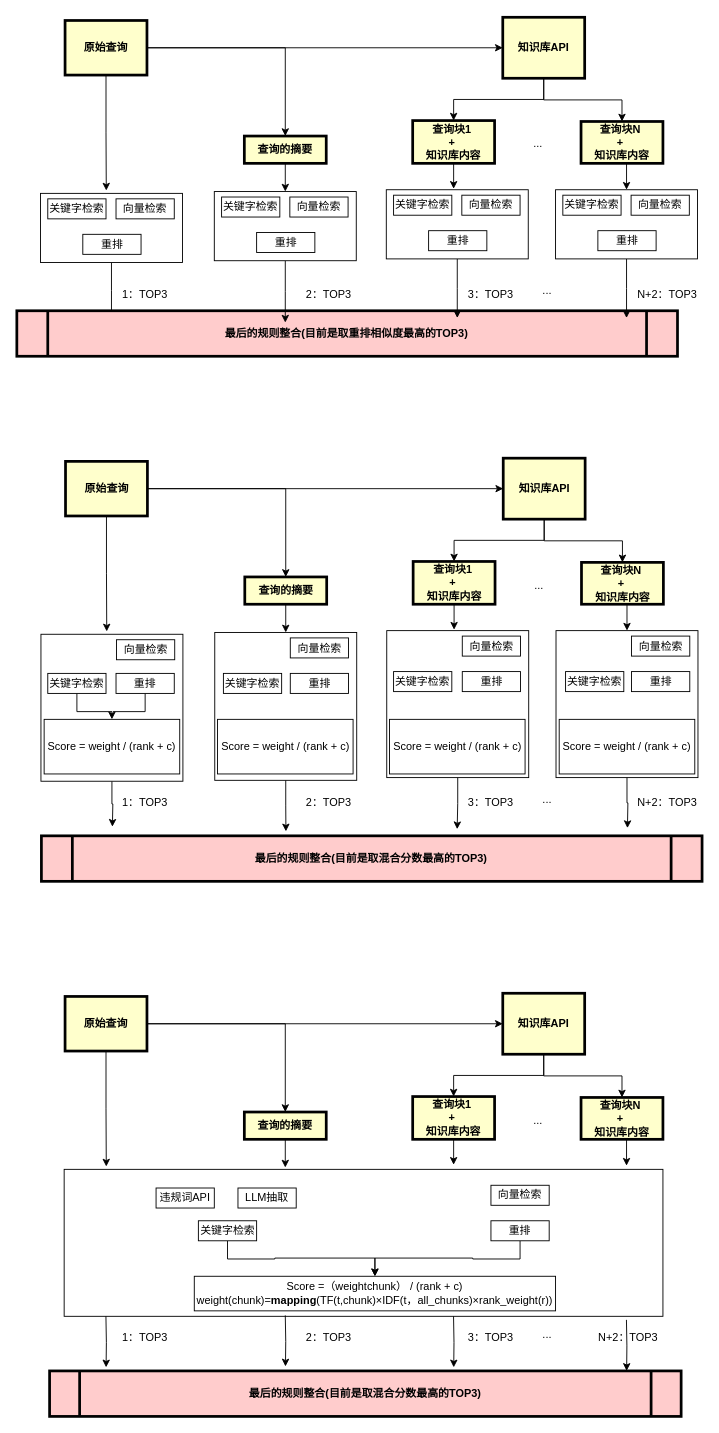
liweizhen111/GIt-GitHub_Note keeps this draw.io diagram as process.drawio. Above is the earlier version. Source tidied: cells renumbered, new cells numbered last; positions are measured from the earlier drawing's top-left corner, leaving out a move shared by most shapes. Both pictures are drawn from the tidied source at 91%, with x=0, y=0 at pixel (16, 16).
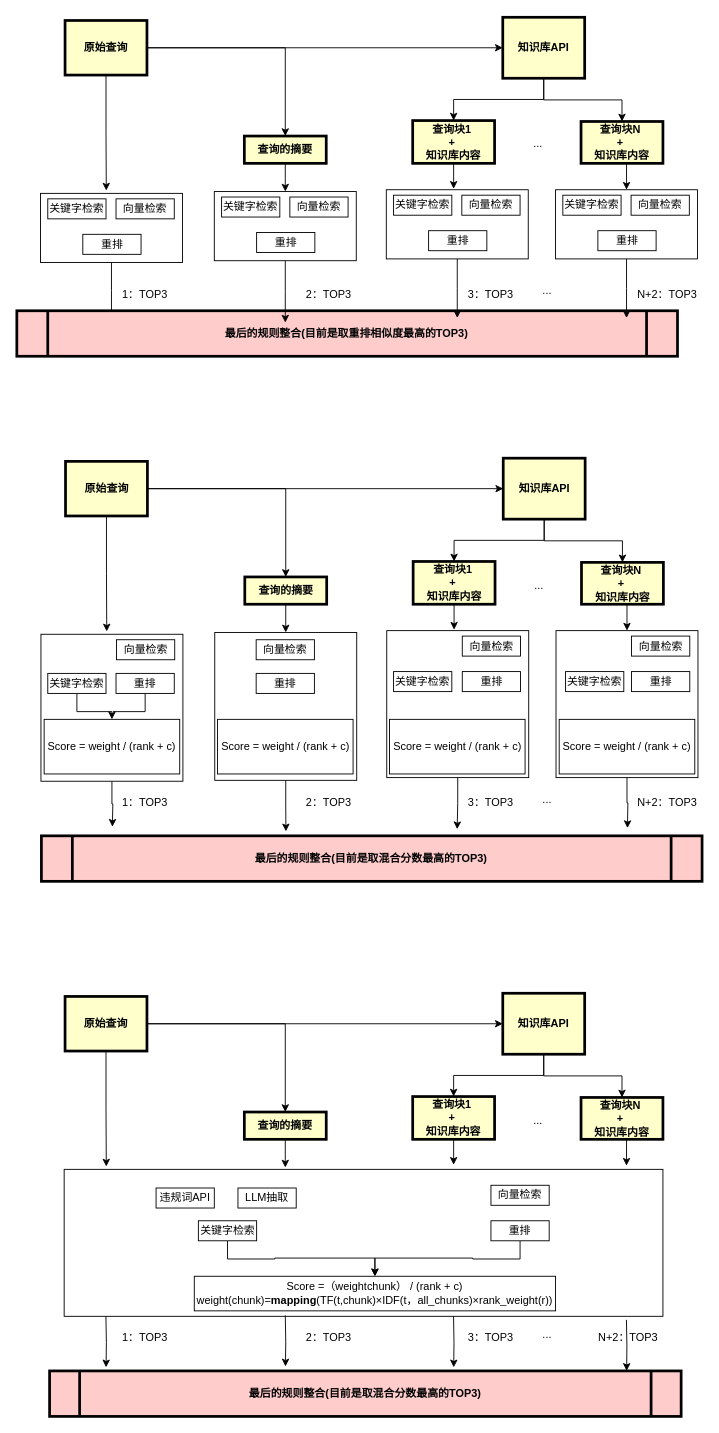
Above is the later version.

The edit, as a diff of the source:
```diff
@@
-    <mxCell id="59" value="关键字检索" style="rounded=0;whiteSpace=wrap;html=1;" parent="1" vertex="1">
-      <mxGeometry x="227" y="721.5" width="64" height="22" as="geometry" />
-    </mxCell>
     <mxCell id="60" value="向量检索" style="rounded=0;whiteSpace=wrap;html=1;" parent="1" vertex="1">
-      <mxGeometry x="300.5" y="682.5" width="64" height="22" as="geometry" />
+      <mxGeometry x="263" y="684.5" width="64" height="22" as="geometry" />
     </mxCell>
     <mxCell id="61" value="重排" style="rounded=0;whiteSpace=wrap;html=1;" parent="1" vertex="1">
-      <mxGeometry x="300.5" y="721.5" width="64" height="22" as="geometry" />
+      <mxGeometry x="263" y="721.5" width="64" height="22" as="geometry" />
     </mxCell>
```
